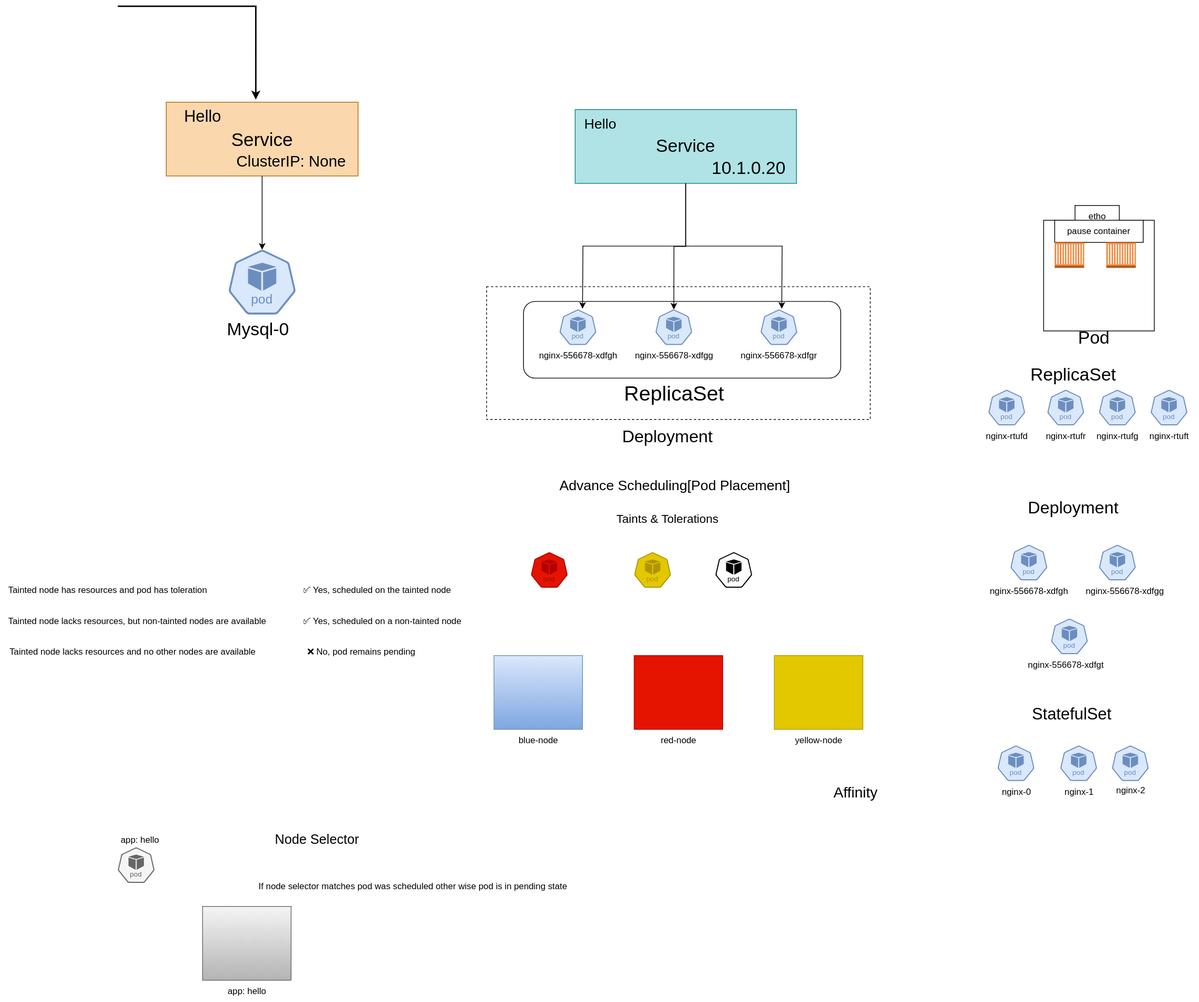
Before: svg/diagrams.drawio.svg, a diagram exported from draw.io (ullagallu-ds/my-notes). Source tidied: cells renumbered, new cells last; positions are measured from the earlier drawing's top-left corner, leaving out a move shared by most shapes.
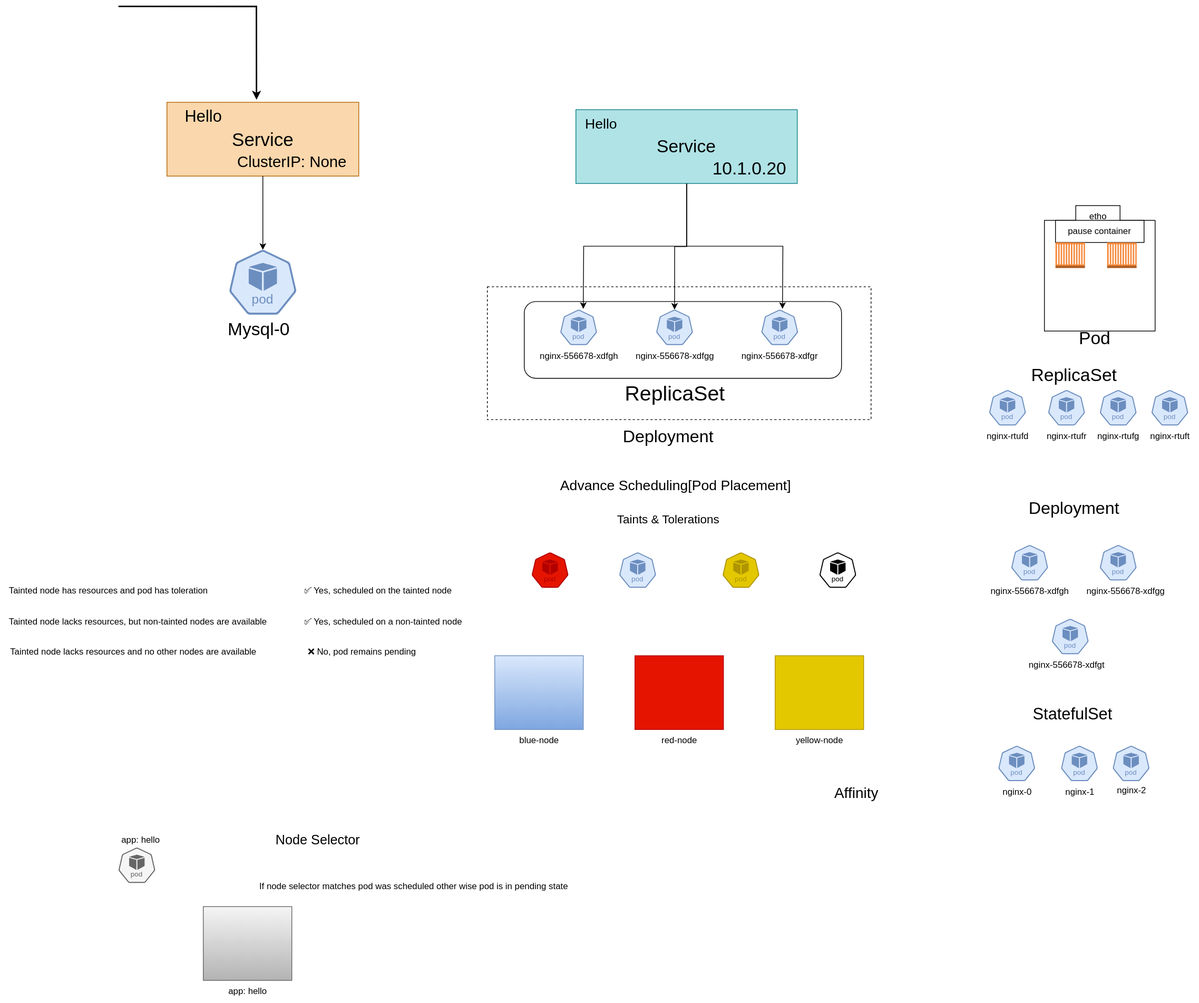
The same diagram one commit later.

What changed in the source:
```diff
@@ -24,10 +24,10 @@
       <mxGeometry x="1065" y="980" width="90" height="30" as="geometry" />
     </mxCell>
     <mxCell id="9" style="sketch=0;html=1;dashed=0;whitespace=wrap;verticalLabelPosition=bottom;verticalAlign=top;fillColor=#e3c800;strokeColor=#B09500;shape=mxgraph.kubernetes.icon2;kubernetesLabel=1;prIcon=pod;fontColor=#000000;" parent="1" vertex="1">
-      <mxGeometry x="860" y="740" width="50" height="48" as="geometry" />
+      <mxGeometry x="978.8" y="740" width="50" height="48" as="geometry" />
     </mxCell>
     <mxCell id="10" style="sketch=0;html=1;dashed=0;whitespace=wrap;verticalLabelPosition=bottom;verticalAlign=top;fillColor=none;shape=mxgraph.kubernetes.icon2;kubernetesLabel=1;prIcon=pod;" parent="1" vertex="1">
-      <mxGeometry x="970" y="740" width="50" height="48" as="geometry" />
+      <mxGeometry x="1110" y="740" width="50" height="48" as="geometry" />
     </mxCell>
     <mxCell id="11" style="sketch=0;html=1;dashed=0;whitespace=wrap;verticalLabelPosition=bottom;verticalAlign=top;fillColor=#e51400;strokeColor=#B20000;shape=mxgraph.kubernetes.icon2;kubernetesLabel=1;prIcon=pod;fontColor=#ffffff;" parent="1" vertex="1">
       <mxGeometry x="720" y="740" width="50" height="48" as="geometry" />
@@ -240,5 +240,8 @@
         </Array>
       </mxGeometry>
     </mxCell>
+    <mxCell id="78" style="sketch=0;html=1;dashed=0;whitespace=wrap;verticalLabelPosition=bottom;verticalAlign=top;fillColor=#dae8fc;strokeColor=#6c8ebf;shape=mxgraph.kubernetes.icon2;kubernetesLabel=1;prIcon=pod;gradientColor=#7ea6e0;" parent="1" vertex="1">
+      <mxGeometry x="838.8" y="740" width="50" height="48" as="geometry" />
+    </mxCell>
   </root>
 </mxGraphModel>
```
